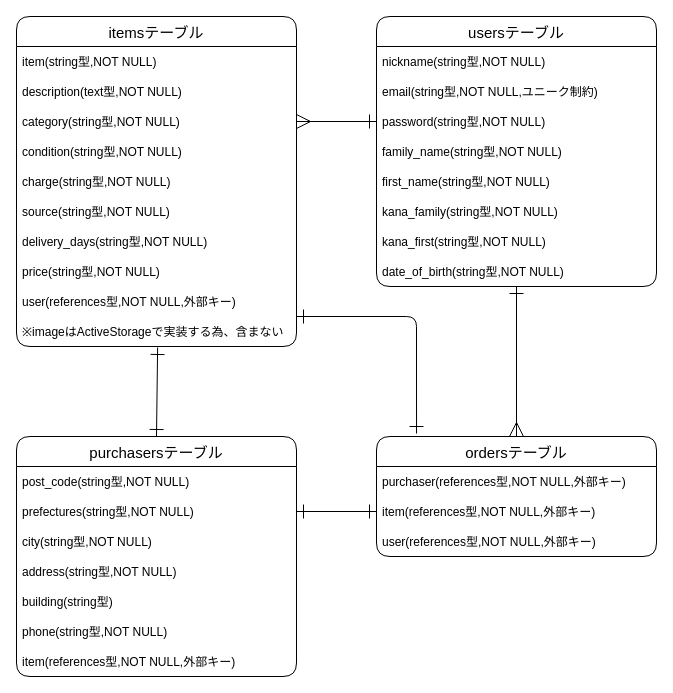
Before: table.dio in chaitealattelatte/furima-37673, a draw.io diagram. Source tidied: cells renumbered, new cells numbered last; positions are measured from the earlier drawing's top-left corner, leaving out a move shared by most shapes. Both pictures are drawn from the tidied source at 100%, with x=0, y=0 at pixel (16, 16).
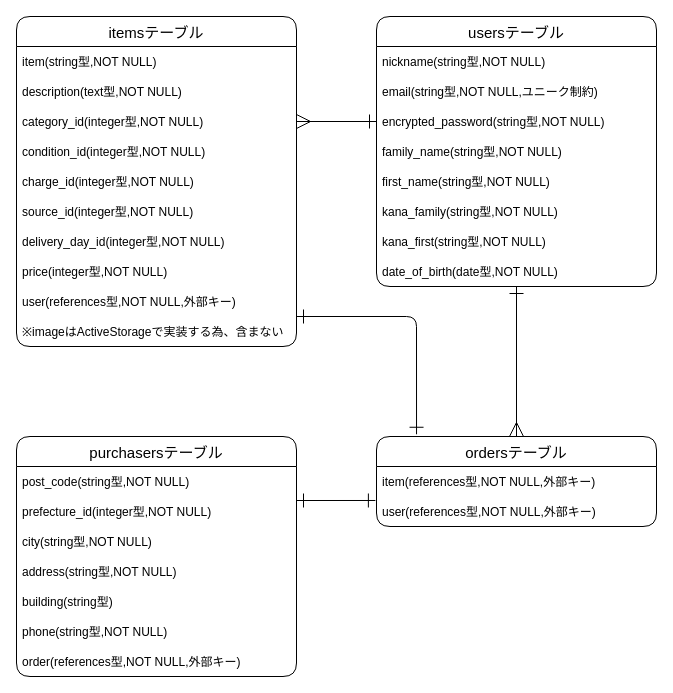
Above is the later version.

Commit message (it also covers changes not shown here):
データベース設計の訂正①

The change refers to these unchanged cells:
```xml
<mxCell id="2" value="itemsテーブル" style="swimlane;fontStyle=0;horizontal=1;startSize=30;rounded=1;fontSize=15;" parent="1" vertex="1">
  <mxGeometry width="280" height="330" as="geometry" />
</mxCell>
<mxCell id="12" value="※imageはActiveStorageで実装する為、含まない" style="text;strokeColor=none;fillColor=none;align=left;verticalAlign=middle;spacingLeft=4;spacingRight=4;overflow=hidden;points=[[0,0.5],[1,0.5]];portConstraint=eastwest;rounded=1;" parent="2" vertex="1">
  <mxGeometry y="300" width="280" height="30" as="geometry" />
</mxCell>
<mxCell id="13" value="usersテーブル" style="swimlane;fontStyle=0;horizontal=1;startSize=30;rounded=1;fontSize=15;" parent="1" vertex="1">
  <mxGeometry x="360" width="280" height="270" as="geometry" />
</mxCell>
<mxCell id="29" value="purchasersテーブル" style="swimlane;fontStyle=0;horizontal=1;startSize=30;rounded=1;fontSize=15;" parent="1" vertex="1">
  <mxGeometry y="420" width="280" height="240" as="geometry" />
</mxCell>
```

Change to the diagram source:
```diff
@@
-    <mxCell id="5" value="category(string型,NOT NULL)" style="text;strokeColor=none;fillColor=none;align=left;verticalAlign=middle;spacingLeft=4;spacingRight=4;overflow=hidden;points=[[0,0.5],[1,0.5]];portConstraint=eastwest;rounded=1;" parent="2" vertex="1">
+    <mxCell id="5" value="category_id(integer型,NOT NULL)" style="text;strokeColor=none;fillColor=none;align=left;verticalAlign=middle;spacingLeft=4;spacingRight=4;overflow=hidden;points=[[0,0.5],[1,0.5]];portConstraint=eastwest;rounded=1;" parent="2" vertex="1">
       <mxGeometry y="90" width="280" height="30" as="geometry" />
     </mxCell>
-    <mxCell id="6" value="condition(string型,NOT NULL)" style="text;strokeColor=none;fillColor=none;align=left;verticalAlign=middle;spacingLeft=4;spacingRight=4;overflow=hidden;rounded=1;" parent="2" vertex="1">
+    <mxCell id="6" value="condition_id(integer型,NOT NULL)" style="text;strokeColor=none;fillColor=none;align=left;verticalAlign=middle;spacingLeft=4;spacingRight=4;overflow=hidden;rounded=1;" parent="2" vertex="1">
       <mxGeometry y="120" width="280" height="30" as="geometry" />
     </mxCell>
-    <mxCell id="7" value="charge(string型,NOT NULL)" style="text;strokeColor=none;fillColor=none;align=left;verticalAlign=middle;spacingLeft=4;spacingRight=4;overflow=hidden;rounded=1;" parent="2" vertex="1">
+    <mxCell id="7" value="charge_id(integer型,NOT NULL)" style="text;strokeColor=none;fillColor=none;align=left;verticalAlign=middle;spacingLeft=4;spacingRight=4;overflow=hidden;rounded=1;" parent="2" vertex="1">
       <mxGeometry y="150" width="280" height="30" as="geometry" />
     </mxCell>
-    <mxCell id="8" value="source(string型,NOT NULL)" style="text;strokeColor=none;fillColor=none;align=left;verticalAlign=middle;spacingLeft=4;spacingRight=4;overflow=hidden;rounded=1;" parent="2" vertex="1">
+    <mxCell id="8" value="source_id(integer型,NOT NULL)" style="text;strokeColor=none;fillColor=none;align=left;verticalAlign=middle;spacingLeft=4;spacingRight=4;overflow=hidden;rounded=1;" parent="2" vertex="1">
       <mxGeometry y="180" width="280" height="30" as="geometry" />
     </mxCell>
-    <mxCell id="9" value="delivery_days(string型,NOT NULL)" style="text;strokeColor=none;fillColor=none;align=left;verticalAlign=middle;spacingLeft=4;spacingRight=4;overflow=hidden;rounded=1;" parent="2" vertex="1">
+    <mxCell id="9" value="delivery_day_id(integer型,NOT NULL)" style="text;strokeColor=none;fillColor=none;align=left;verticalAlign=middle;spacingLeft=4;spacingRight=4;overflow=hidden;rounded=1;" parent="2" vertex="1">
       <mxGeometry y="210" width="280" height="30" as="geometry" />
     </mxCell>
-    <mxCell id="10" value="price(string型,NOT NULL)" style="text;strokeColor=none;fillColor=none;align=left;verticalAlign=middle;spacingLeft=4;spacingRight=4;overflow=hidden;rounded=1;" parent="2" vertex="1">
+    <mxCell id="10" value="price(integer型,NOT NULL)" style="text;strokeColor=none;fillColor=none;align=left;verticalAlign=middle;spacingLeft=4;spacingRight=4;overflow=hidden;rounded=1;" parent="2" vertex="1">
       <mxGeometry y="240" width="280" height="30" as="geometry" />
     </mxCell>
@@
-    <mxCell id="16" value="password(string型,NOT NULL)" style="text;strokeColor=none;fillColor=none;align=left;verticalAlign=middle;spacingLeft=4;spacingRight=4;overflow=hidden;points=[[0,0.5],[1,0.5]];portConstraint=eastwest;rounded=1;" parent="13" vertex="1">
+    <mxCell id="16" value="encrypted_password(string型,NOT NULL)" style="text;strokeColor=none;fillColor=none;align=left;verticalAlign=middle;spacingLeft=4;spacingRight=4;overflow=hidden;points=[[0,0.5],[1,0.5]];portConstraint=eastwest;rounded=1;" parent="13" vertex="1">
       <mxGeometry y="90" width="280" height="30" as="geometry" />
     </mxCell>
@@
-    <mxCell id="21" value="date_of_birth(string型,NOT NULL)" style="text;strokeColor=none;fillColor=none;align=left;verticalAlign=middle;spacingLeft=4;spacingRight=4;overflow=hidden;points=[[0,0.5],[1,0.5]];portConstraint=eastwest;rounded=1;" parent="13" vertex="1">
+    <mxCell id="21" value="date_of_birth(date型,NOT NULL)" style="text;strokeColor=none;fillColor=none;align=left;verticalAlign=middle;spacingLeft=4;spacingRight=4;overflow=hidden;points=[[0,0.5],[1,0.5]];portConstraint=eastwest;rounded=1;" parent="13" vertex="1">
       <mxGeometry y="240" width="280" height="30" as="geometry" />
     </mxCell>
@@
     <mxCell id="24" value="ordersテーブル" style="swimlane;fontStyle=0;horizontal=1;startSize=30;rounded=1;fontSize=15;" parent="1" vertex="1">
-      <mxGeometry x="360" y="420" width="280" height="120" as="geometry" />
+      <mxGeometry x="360" y="420" width="280" height="90" as="geometry" />
     </mxCell>
-    <mxCell id="25" value="purchaser(references型,NOT NULL,外部キー)" style="text;strokeColor=none;fillColor=none;align=left;verticalAlign=middle;spacingLeft=4;spacingRight=4;overflow=hidden;rounded=1;" parent="24" vertex="1">
-      <mxGeometry y="30" width="280" height="30" as="geometry" />
-    </mxCell>
     <mxCell id="26" value="item(references型,NOT NULL,外部キー)" style="text;strokeColor=none;fillColor=none;align=left;verticalAlign=middle;spacingLeft=4;spacingRight=4;overflow=hidden;points=[[0,0.5],[1,0.5]];portConstraint=eastwest;rounded=1;" parent="24" vertex="1">
-      <mxGeometry y="60" width="280" height="30" as="geometry" />
+      <mxGeometry y="30" width="280" height="30" as="geometry" />
     </mxCell>
     <mxCell id="27" value="user(references型,NOT NULL,外部キー)" style="text;strokeColor=none;fillColor=none;align=left;verticalAlign=middle;spacingLeft=4;spacingRight=4;overflow=hidden;points=[[0,0.5],[1,0.5]];portConstraint=eastwest;rounded=1;" parent="24" vertex="1">
-      <mxGeometry y="90" width="280" height="30" as="geometry" />
+      <mxGeometry y="60" width="280" height="30" as="geometry" />
     </mxCell>
-    <mxCell id="28" style="edgeStyle=none;html=1;exitX=0.5;exitY=0;exitDx=0;exitDy=0;entryX=0.504;entryY=1.033;entryDx=0;entryDy=0;entryPerimeter=0;endArrow=ERone;endFill=0;startArrow=ERone;startFill=0;rounded=1;startSize=12;endSize=12;" parent="1" edge="1" source="29" target="12">
-      <mxGeometry relative="1" as="geometry" />
-    </mxCell>
@@
-    <mxCell id="31" value="prefectures(string型,NOT NULL)" style="text;strokeColor=none;fillColor=none;align=left;verticalAlign=middle;spacingLeft=4;spacingRight=4;overflow=hidden;points=[[0,0.5],[1,0.5]];portConstraint=eastwest;rounded=1;" parent="29" vertex="1">
+    <mxCell id="31" value="prefecture_id(integer型,NOT NULL)" style="text;strokeColor=none;fillColor=none;align=left;verticalAlign=middle;spacingLeft=4;spacingRight=4;overflow=hidden;points=[[0,0.5],[1,0.5]];portConstraint=eastwest;rounded=1;" parent="29" vertex="1">
       <mxGeometry y="60" width="280" height="30" as="geometry" />
     </mxCell>
@@
-    <mxCell id="36" value="item(references型,NOT NULL,外部キー)" style="text;strokeColor=none;fillColor=none;align=left;verticalAlign=middle;spacingLeft=4;spacingRight=4;overflow=hidden;rounded=1;" parent="29" vertex="1">
-      <mxGeometry y="210" width="280" height="30" as="geometry" />
-    </mxCell>
+    <mxCell id="39" value="order(references型,NOT NULL,外部キー)" style="text;strokeColor=none;fillColor=none;align=left;verticalAlign=middle;spacingLeft=4;spacingRight=4;overflow=hidden;rounded=1;" parent="29" vertex="1">
+      <mxGeometry y="210" width="280" height="30" as="geometry" />
+    </mxCell>
-    <mxCell id="37" style="edgeStyle=none;rounded=1;html=1;exitX=0;exitY=0.5;exitDx=0;exitDy=0;entryX=1;entryY=0.5;entryDx=0;entryDy=0;fontSize=15;startArrow=ERone;startFill=0;endArrow=ERone;endFill=0;strokeWidth=1;endSize=12;startSize=12;" parent="1" edge="1" source="26" target="31">
-      <mxGeometry relative="1" as="geometry" />
+    <mxCell id="37" style="edgeStyle=none;rounded=1;html=1;fontSize=15;startArrow=ERone;startFill=0;endArrow=ERone;endFill=0;strokeWidth=1;endSize=12;startSize=12;exitX=-0.004;exitY=0.133;exitDx=0;exitDy=0;exitPerimeter=0;" parent="1" edge="1" source="27">
+      <mxGeometry relative="1" as="geometry">
+        <mxPoint x="280" y="484" as="targetPoint" />
+      </mxGeometry>
     </mxCell>
```
